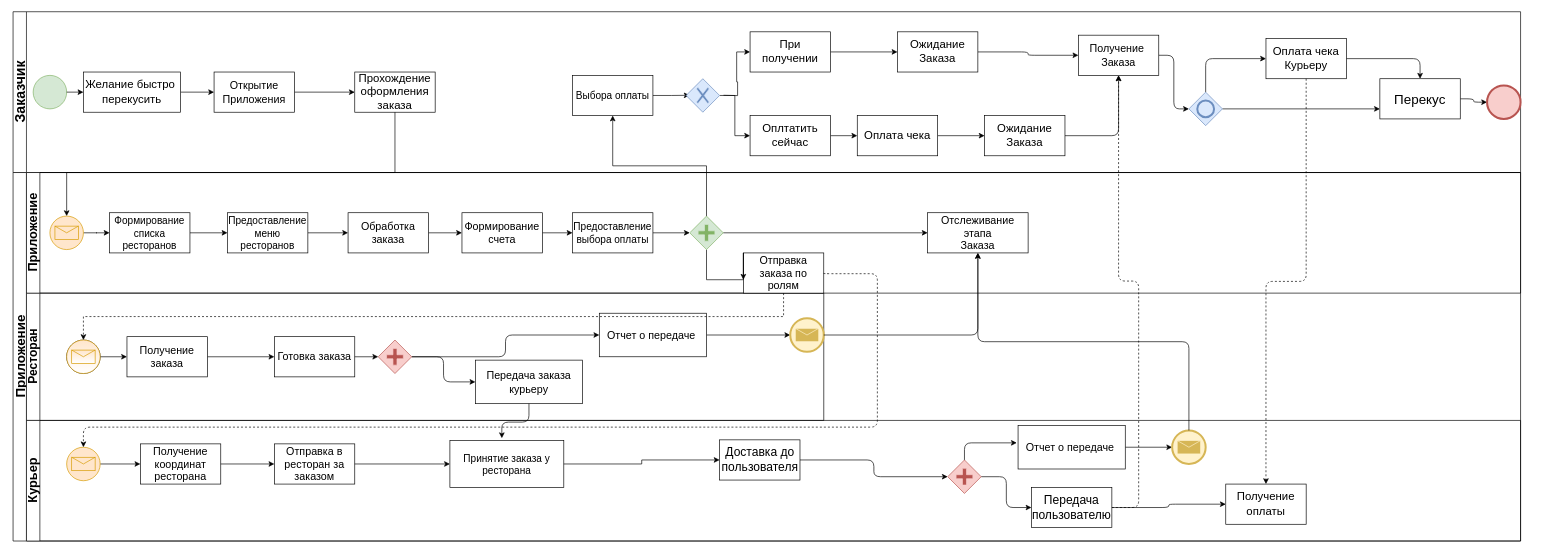
This is model.drawio from randomunrandom/PI, a draw.io file, before an edit. Source tidied: cells renumbered, new cells numbered last; positions are measured from the earlier drawing's top-left corner, leaving out a move shared by most shapes. Both pictures are drawn from the tidied source at 67%, with x=0, y=0 at pixel (13, 11).
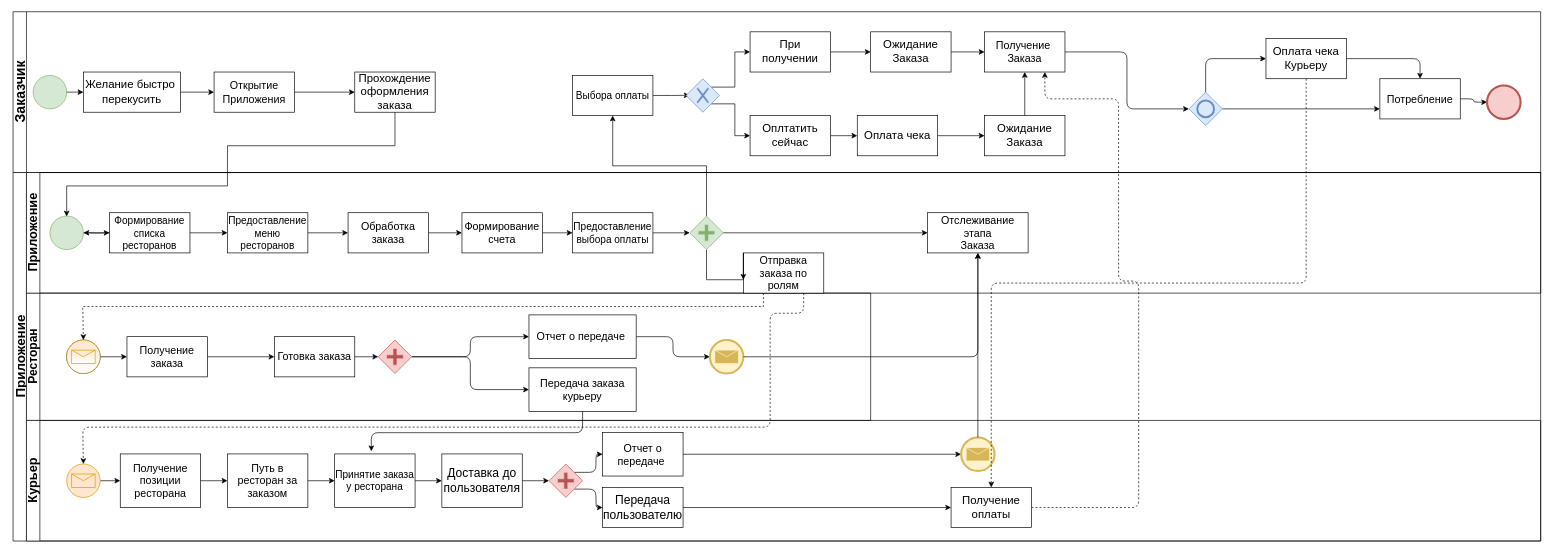
The same diagram, later.

The change refers to these unchanged cells:
```xml
<mxCell id="9" value="&lt;font style=&quot;font-size: 17px&quot;&gt;Прохождение оформления заказа&lt;/font&gt;" style="rounded=0;whiteSpace=wrap;html=1;" parent="2" vertex="1">
  <mxGeometry x="510" y="90" width="120" height="60" as="geometry" />
</mxCell>
<mxCell id="15" value="&lt;font style=&quot;font-size: 17px&quot;&gt;При получении&lt;/font&gt;" style="rounded=0;whiteSpace=wrap;html=1;" parent="2" vertex="1">
  <mxGeometry x="1100" y="30" width="120" height="60" as="geometry" />
</mxCell>
<mxCell id="17" value="&lt;font style=&quot;font-size: 17px&quot;&gt;Оплтатить сейчас&lt;/font&gt;" style="rounded=0;whiteSpace=wrap;html=1;" parent="2" vertex="1">
  <mxGeometry x="1100" y="155" width="120" height="60" as="geometry" />
</mxCell>
<mxCell id="26" value="&lt;font style=&quot;font-size: 17px&quot;&gt;Ожидание Заказа&lt;/font&gt;" style="rounded=0;whiteSpace=wrap;html=1;shadow=0;gradientColor=#ffffff;" parent="2" vertex="1">
  <mxGeometry x="1450" y="155" width="120" height="60" as="geometry" />
</mxCell>
<mxCell id="33" style="shape=mxgraph.bpmn.shape;html=1;verticalLabelPosition=bottom;labelBackgroundColor=#ffffff;verticalAlign=top;align=center;perimeter=rhombusPerimeter;background=gateway;outlineConnect=0;outline=none;symbol=exclusiveGw;rounded=0;shadow=0;fillColor=#dae8fc;strokeColor=#6c8ebf;" parent="2" vertex="1">
  <mxGeometry x="1004.5" y="100" width="50" height="50" as="geometry" />
</mxCell>
<mxCell id="39" style="shape=mxgraph.bpmn.shape;html=1;verticalLabelPosition=bottom;labelBackgroundColor=#ffffff;verticalAlign=top;align=center;perimeter=ellipsePerimeter;outlineConnect=0;outline=standard;symbol=message;fillColor=#ffe6cc;strokeColor=#d79b00;snapToPoint=0;gradientColor=#ffffff;portConstraintRotation=0;backgroundOutline=0;shadow=0;" parent="36" vertex="1">
  <mxGeometry x="60" y="70" width="50" height="50" as="geometry" />
</mxCell>
<mxCell id="75" value="&lt;font style=&quot;font-size: 15px&quot;&gt;Формирование списка ресторанов&lt;/font&gt;" style="rounded=0;whiteSpace=wrap;html=1;" parent="71" vertex="1">
  <mxGeometry x="124" y="60" width="120" height="60" as="geometry" />
</mxCell>
<mxCell id="84" value="&lt;span style=&quot;white-space: normal&quot;&gt;&lt;font style=&quot;font-size: 16px&quot;&gt;Отправка заказа по ролям&lt;/font&gt;&lt;/span&gt;" style="rounded=0;whiteSpace=wrap;html=1;" parent="71" vertex="1">
  <mxGeometry x="1070" y="120" width="120" height="60" as="geometry" />
</mxCell>
```

Diff of the diagram source:
```diff
@@
     <mxCell id="2" value="&lt;font style=&quot;font-size: 21px&quot;&gt;Заказчик&lt;/font&gt;" style="swimlane;html=1;horizontal=0;startSize=20;" parent="1" vertex="1">
-      <mxGeometry width="2250" height="240" as="geometry" />
+      <mxGeometry width="2280" height="240" as="geometry" />
     </mxCell>
@@
-    <mxCell id="12" style="edgeStyle=orthogonalEdgeStyle;rounded=0;jettySize=auto;html=1;exitX=1;exitY=0.5;exitDx=0;exitDy=0;entryX=0;entryY=0.5;entryDx=0;entryDy=0;" parent="2" edge="1" target="15">
-      <mxGeometry relative="1" as="geometry">
-        <mxPoint x="1060.4" y="124.7" as="sourcePoint" />
-      </mxGeometry>
+    <mxCell id="12" style="edgeStyle=orthogonalEdgeStyle;rounded=0;jettySize=auto;html=1;exitX=0.75;exitY=0.25;exitDx=0;exitDy=0;entryX=0;entryY=0.5;entryDx=0;entryDy=0;exitPerimeter=0;" parent="2" edge="1" source="33" target="15">
+      <mxGeometry relative="1" as="geometry" />
     </mxCell>
-    <mxCell id="13" style="edgeStyle=orthogonalEdgeStyle;rounded=0;jettySize=auto;html=1;exitX=1;exitY=0.5;exitDx=0;exitDy=0;entryX=0;entryY=0.5;entryDx=0;entryDy=0;" parent="2" edge="1" source="33" target="17">
+    <mxCell id="13" style="edgeStyle=orthogonalEdgeStyle;rounded=0;jettySize=auto;html=1;exitX=0.75;exitY=0.75;exitDx=0;exitDy=0;entryX=0;entryY=0.5;entryDx=0;entryDy=0;exitPerimeter=0;" parent="2" edge="1" source="33" target="17">
       <mxGeometry relative="1" as="geometry" />
     </mxCell>
@@
     <mxCell id="22" value="&lt;font style=&quot;font-size: 16px&quot;&gt;Получение&amp;nbsp;&lt;br&gt;Заказа&lt;/font&gt;" style="rounded=0;whiteSpace=wrap;html=1;shadow=0;gradientColor=#ffffff;" parent="2" vertex="1">
-      <mxGeometry x="1590" y="35" width="120" height="60" as="geometry" />
+      <mxGeometry x="1450" y="30" width="120" height="60" as="geometry" />
     </mxCell>
@@
     <mxCell id="24" value="&lt;font style=&quot;font-size: 17px&quot;&gt;Ожидание Заказа&lt;/font&gt;" style="rounded=0;whiteSpace=wrap;html=1;shadow=0;gradientColor=#ffffff;" parent="2" vertex="1">
-      <mxGeometry x="1320" y="30" width="120" height="60" as="geometry" />
+      <mxGeometry x="1280" y="30" width="120" height="60" as="geometry" />
     </mxCell>
-    <mxCell id="25" style="edgeStyle=orthogonalEdgeStyle;rounded=1;jettySize=auto;html=1;exitX=1;exitY=0.5;exitDx=0;exitDy=0;entryX=0.5;entryY=1;entryDx=0;entryDy=0;" parent="2" edge="1" source="26" target="22">
+    <mxCell id="25" style="edgeStyle=orthogonalEdgeStyle;rounded=1;jettySize=auto;html=1;exitX=0.5;exitY=0;exitDx=0;exitDy=0;entryX=0.5;entryY=1;entryDx=0;entryDy=0;" parent="2" edge="1" source="26" target="22">
       <mxGeometry relative="1" as="geometry" />
     </mxCell>
@@
-    <mxCell id="32" value="&lt;font style=&quot;font-size: 20px&quot;&gt;Перекус&lt;/font&gt;" style="rounded=0;whiteSpace=wrap;html=1;shadow=0;gradientColor=#ffffff;" parent="2" vertex="1">
+    <mxCell id="32" value="&lt;font style=&quot;font-size: 16px&quot;&gt;Потребление&lt;/font&gt;" style="rounded=0;whiteSpace=wrap;html=1;shadow=0;gradientColor=#ffffff;" parent="2" vertex="1">
       <mxGeometry x="2040" y="100" width="120" height="60" as="geometry" />
     </mxCell>
@@
     <mxCell id="35" value="&lt;font style=&quot;font-size: 20px&quot;&gt;Приложение&lt;/font&gt;" style="swimlane;html=1;horizontal=0;startSize=20;" parent="1" vertex="1">
-      <mxGeometry y="240" width="2250" height="550" as="geometry" />
+      <mxGeometry y="240" width="2280" height="550" as="geometry" />
     </mxCell>
     <mxCell id="36" value="&lt;font style=&quot;font-size: 18px&quot;&gt;Ресторан&lt;/font&gt;" style="swimlane;html=1;horizontal=0;startSize=20;" parent="35" vertex="1">
-      <mxGeometry x="20" y="180" width="1190" height="190" as="geometry" />
+      <mxGeometry x="20" y="180" width="1260" height="190" as="geometry" />
     </mxCell>
@@
     <mxCell id="44" value="&lt;font style=&quot;font-size: 16px&quot;&gt;Передача заказа курьеру&lt;/font&gt;" style="rounded=0;whiteSpace=wrap;html=1;" parent="36" vertex="1">
-      <mxGeometry x="670" y="100" width="160" height="65" as="geometry" />
+      <mxGeometry x="750" y="111.5" width="160" height="65" as="geometry" />
     </mxCell>
@@
-    <mxCell id="46" style="shape=mxgraph.bpmn.shape;html=1;verticalLabelPosition=bottom;labelBackgroundColor=#ffffff;verticalAlign=top;align=center;perimeter=rhombusPerimeter;background=gateway;outlineConnect=0;outline=none;symbol=parallelGw;fillColor=#f8cecc;strokeColor=#b85450;" parent="36" vertex="1">
+    <mxCell id="46" style="shape=mxgraph.bpmn.shape;html=1;verticalLabelPosition=bottom;labelBackgroundColor=#ffffff;verticalAlign=top;align=center;perimeter=rhombusPerimeter;background=gateway;outlineConnect=0;outline=none;symbol=parallelGw;fillColor=#f8cecc;strokeColor=#b85450;shadow=0;" parent="36" vertex="1">
       <mxGeometry x="525" y="70" width="50" height="50" as="geometry" />
     </mxCell>
@@
     <mxCell id="49" value="&lt;font style=&quot;font-size: 16px&quot;&gt;Отчет о передаче&amp;nbsp;&lt;/font&gt;" style="rounded=0;whiteSpace=wrap;html=1;" parent="36" vertex="1">
-      <mxGeometry x="855" y="30" width="160" height="65" as="geometry" />
+      <mxGeometry x="750" y="32.5" width="160" height="65" as="geometry" />
     </mxCell>
     <mxCell id="50" style="shape=mxgraph.bpmn.shape;html=1;verticalLabelPosition=bottom;labelBackgroundColor=#ffffff;verticalAlign=top;align=center;perimeter=ellipsePerimeter;outlineConnect=0;outline=end;symbol=message;rounded=0;shadow=0;fillColor=#fff2cc;strokeColor=#d6b656;" parent="36" vertex="1">
-      <mxGeometry x="1140" y="37.5" width="50" height="50" as="geometry" />
+      <mxGeometry x="1020" y="70" width="50" height="50" as="geometry" />
     </mxCell>
     <mxCell id="51" value="&lt;font&gt;&lt;font style=&quot;font-size: 19px&quot;&gt;Курьер&lt;/font&gt;&lt;br&gt;&lt;/font&gt;" style="swimlane;html=1;horizontal=0;startSize=20;" parent="35" vertex="1">
-      <mxGeometry x="20" y="370" width="2230" height="180" as="geometry" />
+      <mxGeometry x="20" y="370" width="2260" height="180" as="geometry" />
     </mxCell>
@@
     <mxCell id="53" style="shape=mxgraph.bpmn.shape;html=1;verticalLabelPosition=bottom;labelBackgroundColor=#ffffff;verticalAlign=top;align=center;perimeter=ellipsePerimeter;outlineConnect=0;outline=standard;symbol=message;fillColor=#ffe6cc;strokeColor=#d79b00;" parent="51" vertex="1">
-      <mxGeometry x="60" y="40" width="50" height="50" as="geometry" />
+      <mxGeometry x="60" y="65" width="50" height="50" as="geometry" />
     </mxCell>
-    <mxCell id="54" value="&lt;font style=&quot;font-size: 16px&quot;&gt;Получение координат ресторана&lt;/font&gt;" style="rounded=0;whiteSpace=wrap;html=1;" parent="51" vertex="1">
-      <mxGeometry x="170" y="35" width="120" height="60" as="geometry" />
+    <mxCell id="54" value="&lt;div&gt;&lt;font style=&quot;font-size: 16px&quot;&gt;Получение позиции&lt;/font&gt;&lt;/div&gt;&lt;div&gt;&lt;font style=&quot;font-size: 16px&quot;&gt; ресторана&lt;/font&gt;&lt;/div&gt;" style="rounded=0;whiteSpace=wrap;html=1;" parent="51" vertex="1">
+      <mxGeometry x="140" y="50" width="120" height="80" as="geometry" />
     </mxCell>
-    <mxCell id="55" value="&lt;font style=&quot;font-size: 16px&quot;&gt;Отправка в ресторан за заказом&lt;/font&gt;" style="rounded=0;whiteSpace=wrap;html=1;" parent="51" vertex="1">
-      <mxGeometry x="370" y="35" width="120" height="60" as="geometry" />
+    <mxCell id="55" value="&lt;font style=&quot;font-size: 16px&quot;&gt;Путь&lt;/font&gt;&lt;font style=&quot;font-size: 16px&quot;&gt; в ресторан за заказом&lt;/font&gt;" style="rounded=0;whiteSpace=wrap;html=1;" parent="51" vertex="1">
+      <mxGeometry x="300" y="50" width="120" height="80" as="geometry" />
     </mxCell>
@@
     <mxCell id="57" value="&lt;font style=&quot;font-size: 15px&quot;&gt;Принятие заказа у ресторана&lt;/font&gt;" style="rounded=0;whiteSpace=wrap;html=1;" parent="51" vertex="1">
-      <mxGeometry x="632" y="30" width="170" height="70" as="geometry" />
+      <mxGeometry x="460" y="50" width="120" height="80" as="geometry" />
     </mxCell>
@@
     <mxCell id="60" value="&lt;font style=&quot;font-size: 18px&quot;&gt;Доставка до пользователя&lt;/font&gt;" style="rounded=0;whiteSpace=wrap;html=1;" parent="51" vertex="1">
-      <mxGeometry x="1034.5" y="29" width="120" height="60" as="geometry" />
+      <mxGeometry x="620" y="50" width="120" height="80" as="geometry" />
     </mxCell>
@@
-    <mxCell id="62" style="edgeStyle=orthogonalEdgeStyle;rounded=1;jettySize=auto;html=1;exitX=1;exitY=0.5;exitDx=0;exitDy=0;entryX=0;entryY=0.5;entryDx=0;entryDy=0;" parent="51" edge="1" source="63" target="70">
-      <mxGeometry relative="1" as="geometry" />
-    </mxCell>
     <mxCell id="63" value="&lt;font style=&quot;font-size: 18px&quot;&gt;Передача пользователю&lt;/font&gt;" style="rounded=0;whiteSpace=wrap;html=1;" parent="51" vertex="1">
-      <mxGeometry x="1500" y="100" width="120" height="60" as="geometry" />
+      <mxGeometry x="860" y="100" width="120" height="60" as="geometry" />
     </mxCell>
-    <mxCell id="64" style="edgeStyle=orthogonalEdgeStyle;rounded=1;jettySize=auto;html=1;exitX=1;exitY=0.5;exitDx=0;exitDy=0;entryX=0;entryY=0.5;entryDx=0;entryDy=0;" parent="51" edge="1" source="66" target="63">
+    <mxCell id="64" style="edgeStyle=orthogonalEdgeStyle;rounded=1;jettySize=auto;html=1;exitX=0.75;exitY=0.75;exitDx=0;exitDy=0;entryX=0;entryY=0.5;entryDx=0;entryDy=0;exitPerimeter=0;" parent="51" edge="1" source="66" target="63">
       <mxGeometry relative="1" as="geometry" />
     </mxCell>
-    <mxCell id="65" style="edgeStyle=orthogonalEdgeStyle;rounded=1;jettySize=auto;html=1;exitX=0.5;exitY=0;exitDx=0;exitDy=0;entryX=-0.012;entryY=0.4;entryDx=0;entryDy=0;entryPerimeter=0;" parent="51" edge="1" source="66" target="68">
-      <mxGeometry relative="1" as="geometry" />
+    <mxCell id="65" style="edgeStyle=orthogonalEdgeStyle;rounded=1;jettySize=auto;html=1;exitX=0.75;exitY=0.25;exitDx=0;exitDy=0;entryX=0;entryY=0.5;entryDx=0;entryDy=0;exitPerimeter=0;" parent="51" edge="1" source="66" target="68">
+      <mxGeometry relative="1" as="geometry">
+        <Array as="points">
+          <mxPoint x="850" y="78" />
+          <mxPoint x="850" y="50" />
+        </Array>
+      </mxGeometry>
     </mxCell>
     <mxCell id="66" style="shape=mxgraph.bpmn.shape;html=1;verticalLabelPosition=bottom;labelBackgroundColor=#ffffff;verticalAlign=top;align=center;perimeter=rhombusPerimeter;background=gateway;outlineConnect=0;outline=none;symbol=parallelGw;fillColor=#f8cecc;strokeColor=#b85450;" parent="51" vertex="1">
-      <mxGeometry x="1375" y="59" width="50" height="50" as="geometry" />
+      <mxGeometry x="780" y="65" width="50" height="50" as="geometry" />
     </mxCell>
@@
     <mxCell id="68" value="&lt;font style=&quot;font-size: 16px&quot;&gt;Отчет о передаче&amp;nbsp;&lt;/font&gt;" style="rounded=0;whiteSpace=wrap;html=1;" parent="51" vertex="1">
-      <mxGeometry x="1480" y="7.5" width="160" height="65" as="geometry" />
+      <mxGeometry x="860" y="18" width="120" height="65" as="geometry" />
     </mxCell>
     <mxCell id="69" style="shape=mxgraph.bpmn.shape;html=1;verticalLabelPosition=bottom;labelBackgroundColor=#ffffff;verticalAlign=top;align=center;perimeter=ellipsePerimeter;outlineConnect=0;outline=end;symbol=message;rounded=0;shadow=0;fillColor=#fff2cc;strokeColor=#d6b656;" parent="51" vertex="1">
-      <mxGeometry x="1710" y="15" width="50" height="50" as="geometry" />
+      <mxGeometry x="1395" y="25.5" width="50" height="50" as="geometry" />
     </mxCell>
-    <mxCell id="70" value="&lt;font style=&quot;font-size: 17px&quot;&gt;Получение оплаты&lt;br&gt;&lt;/font&gt;" style="rounded=0;whiteSpace=wrap;html=1;" parent="51" vertex="1">
-      <mxGeometry x="1790" y="95" width="120" height="60" as="geometry" />
-    </mxCell>
     <mxCell id="71" value="&lt;font style=&quot;font-size: 19px&quot;&gt;Приложение&lt;/font&gt;" style="swimlane;html=1;horizontal=0;startSize=20;" parent="35" vertex="1">
-      <mxGeometry x="20" width="2230" height="180" as="geometry" />
+      <mxGeometry x="20" width="2260" height="180" as="geometry" />
     </mxCell>
-    <mxCell id="72" style="edgeStyle=orthogonalEdgeStyle;rounded=0;jettySize=auto;html=1;exitX=1;exitY=0.5;exitDx=0;exitDy=0;" parent="71" edge="1" source="73" target="75">
-      <mxGeometry relative="1" as="geometry" />
+    <mxCell id="72" style="edgeStyle=orthogonalEdgeStyle;rounded=0;jettySize=auto;html=1;exitX=1;exitY=0.5;exitDx=0;exitDy=0;" parent="71" edge="1" target="75">
+      <mxGeometry relative="1" as="geometry">
+        <mxPoint x="84.3" y="89.9" as="sourcePoint" />
+      </mxGeometry>
     </mxCell>
-    <mxCell id="73" style="shape=mxgraph.bpmn.shape;html=1;verticalLabelPosition=bottom;labelBackgroundColor=#ffffff;verticalAlign=top;align=center;perimeter=ellipsePerimeter;outlineConnect=0;outline=standard;symbol=message;fillColor=#ffe6cc;strokeColor=#d79b00;" parent="71" vertex="1">
-      <mxGeometry x="35" y="65" width="50" height="50" as="geometry" />
-    </mxCell>
@@
+    <mxCell id="98" style="edgeStyle=orthogonalEdgeStyle;rounded=0;jettySize=auto;html=1;" parent="71" edge="1" source="75">
+      <mxGeometry relative="1" as="geometry">
+        <mxPoint x="85" y="89.9" as="targetPoint" />
+      </mxGeometry>
+    </mxCell>
@@
+    <mxCell id="99" style="shape=mxgraph.bpmn.shape;html=1;verticalLabelPosition=bottom;labelBackgroundColor=#ffffff;verticalAlign=top;align=center;perimeter=ellipsePerimeter;outline=standard;symbol=general;fillColor=#d5e8d4;strokeColor=#82b366;" parent="71" vertex="1">
+      <mxGeometry x="35" y="65" width="50" height="50" as="geometry" />
+    </mxCell>
-    <mxCell id="89" style="edgeStyle=orthogonalEdgeStyle;rounded=0;jettySize=auto;html=1;exitX=0.5;exitY=1;exitDx=0;exitDy=0;entryX=0.5;entryY=0;entryDx=0;entryDy=0;dashed=1;" parent="35" edge="1" source="84" target="39">
-      <mxGeometry relative="1" as="geometry" />
+    <mxCell id="89" style="edgeStyle=orthogonalEdgeStyle;rounded=0;jettySize=auto;html=1;exitX=0.25;exitY=1;exitDx=0;exitDy=0;entryX=0.5;entryY=0;entryDx=0;entryDy=0;dashed=1;" parent="35" edge="1" source="84" target="39">
+      <mxGeometry relative="1" as="geometry">
+        <Array as="points">
+          <mxPoint x="1120" y="200" />
+          <mxPoint x="104" y="200" />
+        </Array>
+      </mxGeometry>
     </mxCell>
-    <mxCell id="90" style="edgeStyle=orthogonalEdgeStyle;rounded=1;jettySize=auto;html=1;entryX=0.5;entryY=0;entryDx=0;entryDy=0;exitX=1;exitY=0.5;exitDx=0;exitDy=0;dashed=1;" parent="35" edge="1" source="84" target="53">
+    <mxCell id="90" style="edgeStyle=orthogonalEdgeStyle;rounded=1;jettySize=auto;html=1;entryX=0.5;entryY=0;entryDx=0;entryDy=0;dashed=1;exitX=0.75;exitY=1;exitDx=0;exitDy=0;" parent="35" edge="1" source="84" target="53">
       <mxGeometry relative="1" as="geometry">
         <Array as="points">
-          <mxPoint x="1290" y="151" />
-          <mxPoint x="1290" y="380" />
-          <mxPoint x="105" y="380" />
+          <mxPoint x="1180" y="210" />
+          <mxPoint x="1130" y="210" />
+          <mxPoint x="1130" y="380" />
+          <mxPoint x="104" y="380" />
         </Array>
       </mxGeometry>
     </mxCell>
@@
-    <mxCell id="94" style="edgeStyle=orthogonalEdgeStyle;rounded=0;jettySize=auto;html=1;exitX=0.5;exitY=1;exitDx=0;exitDy=0;entryX=0.5;entryY=0;entryDx=0;entryDy=0;" parent="1" edge="1" source="9" target="73">
+    <mxCell id="94" style="edgeStyle=orthogonalEdgeStyle;rounded=0;jettySize=auto;html=1;exitX=0.5;exitY=1;exitDx=0;exitDy=0;entryX=0.5;entryY=0;entryDx=0;entryDy=0;" parent="1" edge="1" source="9">
       <mxGeometry relative="1" as="geometry">
+        <mxPoint x="80" y="305.6" as="targetPoint" />
         <Array as="points">
-          <mxPoint x="570" y="240" />
-          <mxPoint x="80" y="240" />
+          <mxPoint x="570" y="200" />
+          <mxPoint x="320" y="200" />
+          <mxPoint x="320" y="260" />
+          <mxPoint x="80" y="260" />
         </Array>
       </mxGeometry>
     </mxCell>
@@
-    <mxCell id="96" style="edgeStyle=orthogonalEdgeStyle;rounded=1;jettySize=auto;html=1;exitX=1;exitY=0.5;exitDx=0;exitDy=0;entryX=0.5;entryY=1;entryDx=0;entryDy=0;dashed=1;" parent="1" edge="1" source="63" target="22">
+    <mxCell id="96" style="edgeStyle=orthogonalEdgeStyle;rounded=1;jettySize=auto;html=1;exitX=1;exitY=0.5;exitDx=0;exitDy=0;entryX=0.75;entryY=1;entryDx=0;entryDy=0;dashed=1;" parent="1" edge="1" source="70" target="22">
       <mxGeometry relative="1" as="geometry">
         <Array as="points">
           <mxPoint x="1680" y="740" />
           <mxPoint x="1680" y="402" />
           <mxPoint x="1650" y="402" />
+          <mxPoint x="1650" y="130" />
+          <mxPoint x="1540" y="130" />
         </Array>
       </mxGeometry>
     </mxCell>
@@
+    <mxCell id="70" value="&lt;font style=&quot;font-size: 17px&quot;&gt;Получение оплаты&lt;br&gt;&lt;/font&gt;" style="rounded=0;whiteSpace=wrap;html=1;" parent="1" vertex="1">
+      <mxGeometry x="1400" y="710" width="120" height="60" as="geometry" />
+    </mxCell>
+    <mxCell id="62" style="edgeStyle=orthogonalEdgeStyle;rounded=1;jettySize=auto;html=1;exitX=1;exitY=0.5;exitDx=0;exitDy=0;entryX=0;entryY=0.5;entryDx=0;entryDy=0;" parent="1" edge="1" source="63" target="70">
+      <mxGeometry relative="1" as="geometry" />
+    </mxCell>
```
